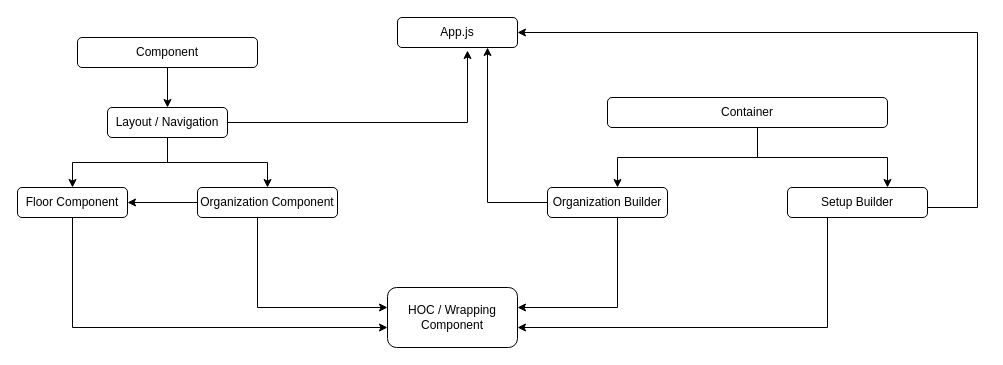
Before: docs/planning/images/drawio/Organization_Architechture.drawio in kanwalnainsingh/OpenDesk, a draw.io diagram. Source tidied: cells renumbered, new cells numbered last; positions are measured from the earlier drawing's top-left corner, leaving out a move shared by most shapes. Both pictures are drawn from the tidied source at 100%, with x=0, y=0 at pixel (17, 17).
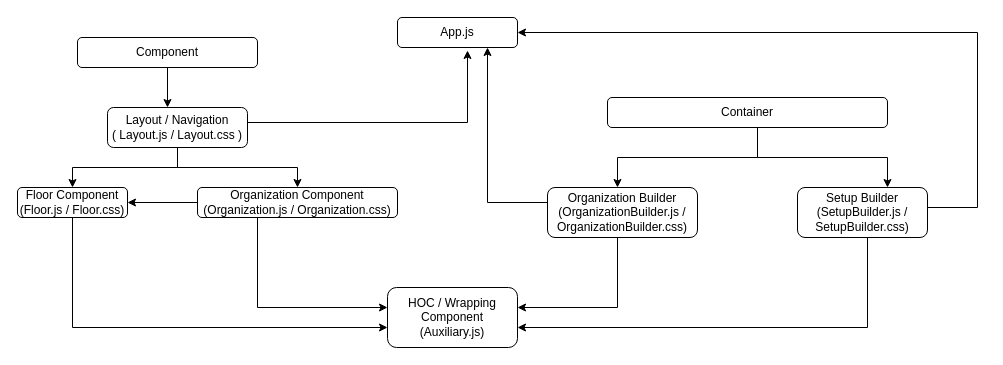
The same page after the edit.

Commit message (it also covers changes not shown here):
Saswata: update architecture.

Unchanged cells that the change refers to:
```xml
<mxCell id="3" value="Component" style="rounded=1;whiteSpace=wrap;html=1;" parent="1" vertex="1">
  <mxGeometry x="60" y="20" width="180" height="30" as="geometry" />
</mxCell>
```

Diff of the diagram source:
```diff
@@
-    <mxCell id="2" style="edgeStyle=orthogonalEdgeStyle;rounded=0;jettySize=auto;html=1;entryX=0.5;entryY=0;entryDx=0;entryDy=0;" parent="1" edge="1" source="3" target="23">
-      <mxGeometry relative="1" as="geometry" />
+    <mxCell id="2" style="edgeStyle=orthogonalEdgeStyle;rounded=0;jettySize=auto;html=1;" parent="1" edge="1" source="3">
+      <mxGeometry relative="1" as="geometry">
+        <mxPoint x="150" y="90" as="targetPoint" />
+        <Array as="points">
+          <mxPoint x="150" y="90" />
+        </Array>
+      </mxGeometry>
     </mxCell>
@@
-    <mxCell id="11" value="Organization Builder" style="rounded=1;whiteSpace=wrap;html=1;" parent="1" vertex="1">
-      <mxGeometry x="530" y="170" width="120" height="30" as="geometry" />
+    <mxCell id="11" value="Organization Builder&lt;br&gt;(OrganizationBuilder.js / OrganizationBuilder.css)" style="rounded=1;whiteSpace=wrap;html=1;" parent="1" vertex="1">
+      <mxGeometry x="530" y="170" width="150" height="50" as="geometry" />
     </mxCell>
@@
     <mxCell id="13" style="edgeStyle=orthogonalEdgeStyle;rounded=0;jettySize=auto;html=1;" parent="1" edge="1" source="14">
       <mxGeometry relative="1" as="geometry">
         <mxPoint x="500" y="310" as="targetPoint" />
         <Array as="points">
-          <mxPoint x="810" y="310" />
+          <mxPoint x="850" y="310" />
         </Array>
       </mxGeometry>
     </mxCell>
-    <mxCell id="14" value="Setup Builder" style="rounded=1;whiteSpace=wrap;html=1;" parent="1" vertex="1">
-      <mxGeometry x="770" y="170" width="140" height="30" as="geometry" />
+    <mxCell id="14" value="Setup Builder&lt;br&gt;(SetupBuilder.js / SetupBuilder.css)" style="rounded=1;whiteSpace=wrap;html=1;" parent="1" vertex="1">
+      <mxGeometry x="780" y="170" width="130" height="50" as="geometry" />
     </mxCell>
@@
-    <mxCell id="17" value="Organization Component" style="rounded=1;whiteSpace=wrap;html=1;" parent="1" vertex="1">
-      <mxGeometry x="180" y="170" width="140" height="30" as="geometry" />
+    <mxCell id="17" value="Organization Component&lt;br&gt;(Organization.js / Organization.css)" style="rounded=1;whiteSpace=wrap;html=1;" parent="1" vertex="1">
+      <mxGeometry x="180" y="170" width="200" height="30" as="geometry" />
     </mxCell>
@@
-    <mxCell id="19" value="Floor Component" style="rounded=1;whiteSpace=wrap;html=1;" parent="1" vertex="1">
+    <mxCell id="19" value="Floor Component&lt;br&gt;(Floor.js / Floor.css)" style="rounded=1;whiteSpace=wrap;html=1;" parent="1" vertex="1">
       <mxGeometry y="170" width="110" height="30" as="geometry" />
     </mxCell>
@@
-    <mxCell id="23" value="Layout / Navigation" style="rounded=1;whiteSpace=wrap;html=1;" parent="1" vertex="1">
-      <mxGeometry x="90" y="90" width="120" height="30" as="geometry" />
+    <mxCell id="23" value="Layout / Navigation&lt;br&gt;( Layout.js / Layout.css )" style="rounded=1;whiteSpace=wrap;html=1;" parent="1" vertex="1">
+      <mxGeometry x="90" y="90" width="140" height="40" as="geometry" />
     </mxCell>
-    <mxCell id="24" value="HOC / Wrapping Component" style="rounded=1;whiteSpace=wrap;html=1;" parent="1" vertex="1">
+    <mxCell id="24" value="HOC / Wrapping Component&lt;br&gt;(Auxiliary.js)" style="rounded=1;whiteSpace=wrap;html=1;" parent="1" vertex="1">
       <mxGeometry x="370" y="270" width="130" height="60" as="geometry" />
     </mxCell>
```
